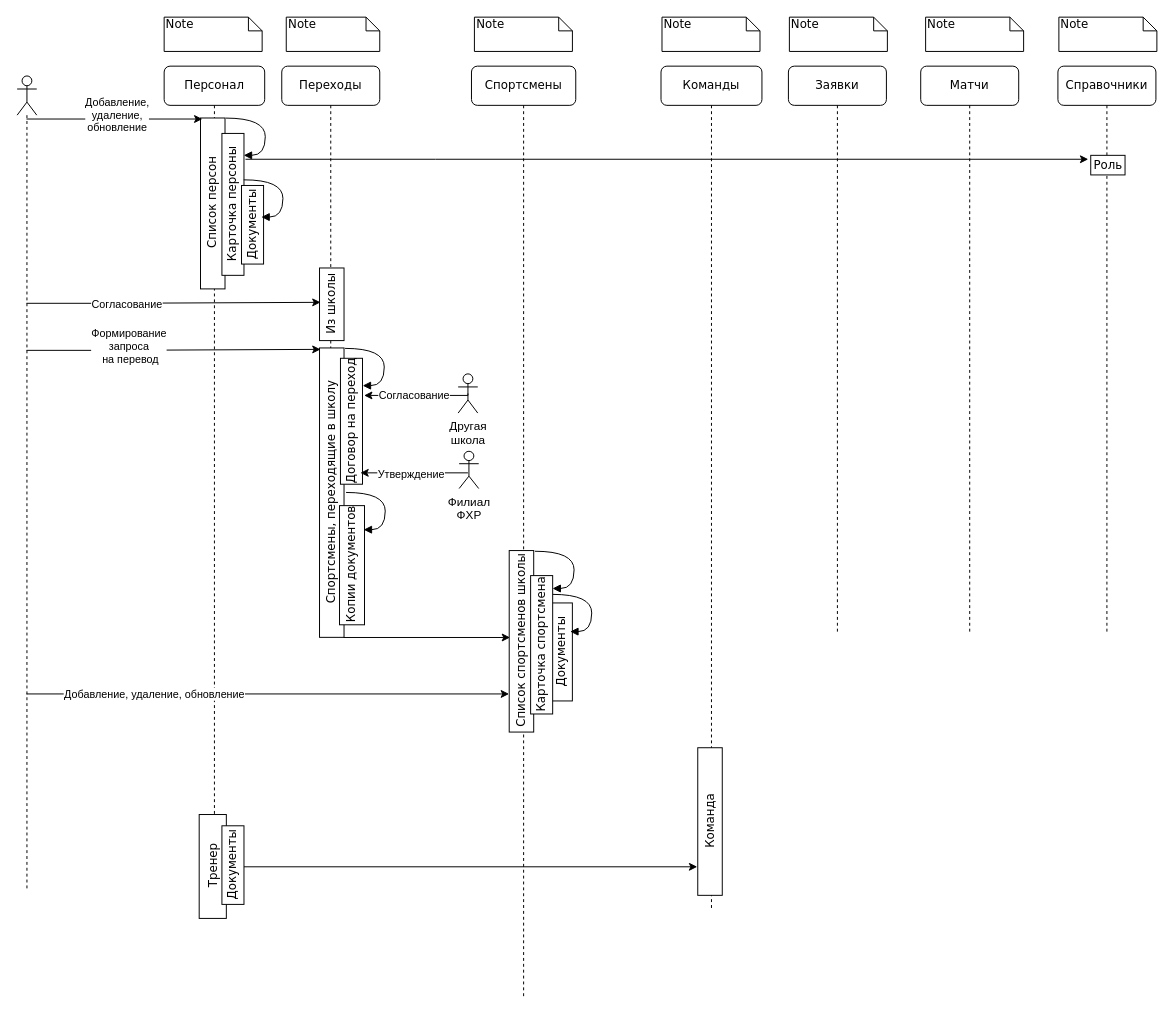
Above: Диаграмма без названия.drawio in OlgaTalipova/FHRT (draw.io), before the change. Source tidied: cells renumbered, new cells numbered last; positions are measured from the earlier drawing's top-left corner, leaving out a move shared by most shapes. Both pictures are drawn from the tidied source at 98%, with x=0, y=0 at pixel (17, 17).
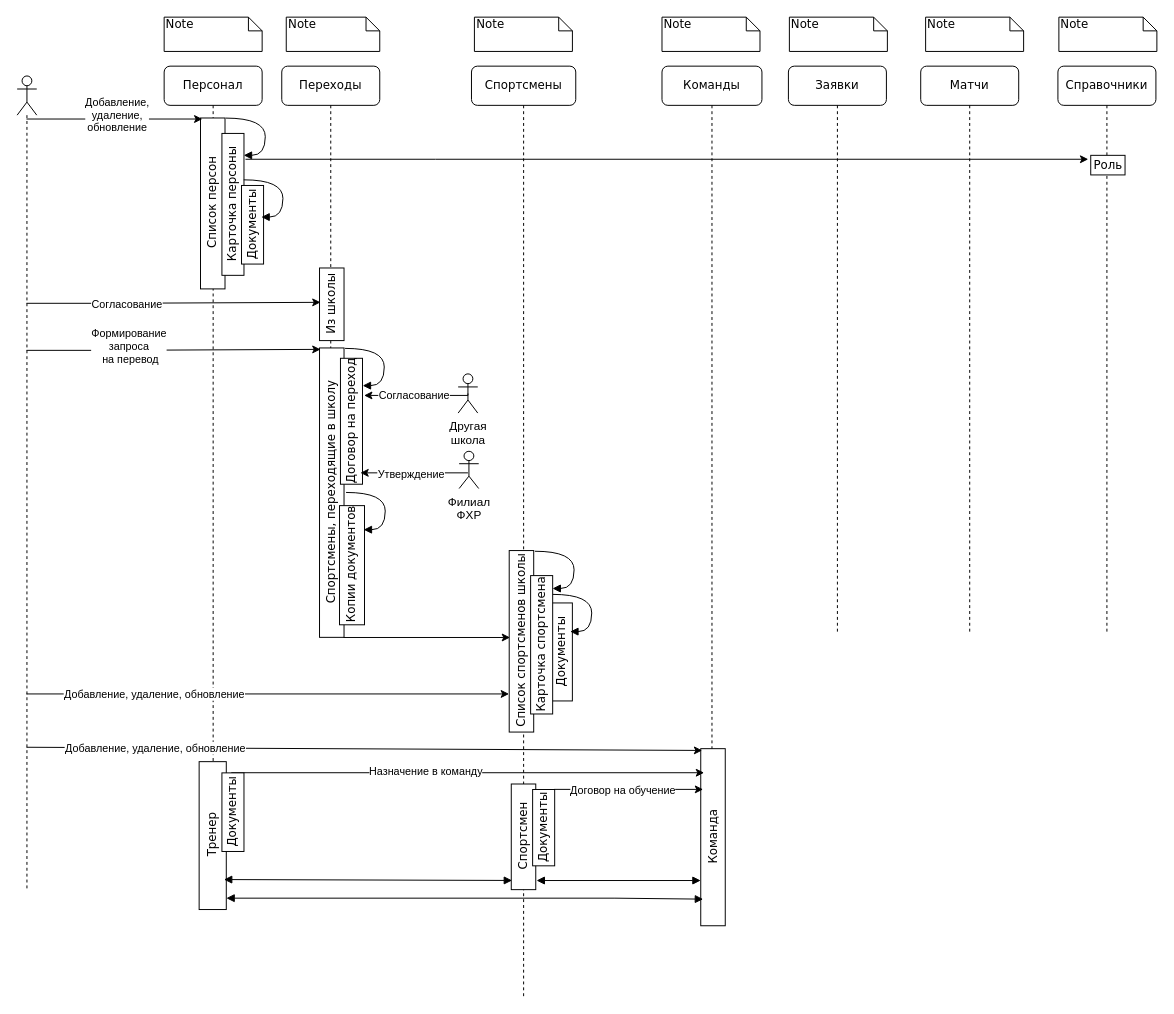
The same page after the edit.

Diff of the diagram source:
```diff
@@
     <mxCell id="2" value="Команды" style="shape=umlLifeline;perimeter=lifelinePerimeter;whiteSpace=wrap;html=1;rounded=1;shadow=0;comic=0;labelBackgroundColor=none;strokeWidth=1;fontFamily=Verdana;fontSize=12;align=center;" parent="1" vertex="1">
-      <mxGeometry x="657" y="50" width="103" height="860" as="geometry" />
+      <mxGeometry x="658" y="50" width="102" height="860" as="geometry" />
     </mxCell>
     <mxCell id="3" value="Команда" style="html=1;points=[];perimeter=orthogonalPerimeter;rounded=0;shadow=0;comic=0;labelBackgroundColor=none;strokeWidth=1;fontFamily=Verdana;fontSize=12;align=center;direction=north;rotation=-90;" parent="2" vertex="1">
-      <mxGeometry x="-25.3" y="758.3" width="150.6" height="25" as="geometry" />
+      <mxGeometry x="-38.3" y="774.3" width="180.7" height="25" as="geometry" />
     </mxCell>
@@
     <mxCell id="7" value="Персонал" style="shape=umlLifeline;perimeter=lifelinePerimeter;whiteSpace=wrap;html=1;rounded=1;shadow=0;comic=0;labelBackgroundColor=none;strokeWidth=1;fontFamily=Verdana;fontSize=12;align=center;" parent="1" vertex="1">
-      <mxGeometry x="150" y="50" width="102.6" height="846.6" as="geometry" />
+      <mxGeometry x="150" y="50" width="100" height="846.6" as="geometry" />
     </mxCell>
@@
     <mxCell id="15" value="Тренер" style="html=1;perimeter=orthogonalPerimeter;rounded=0;shadow=0;comic=0;labelBackgroundColor=none;strokeWidth=1;fontFamily=Verdana;fontSize=12;align=center;rotation=-90;" parent="7" vertex="1">
-      <mxGeometry x="-3.4" y="802.8" width="106" height="27.7" as="geometry" />
+      <mxGeometry x="-25.9" y="771.3" width="150.9" height="27.7" as="geometry" />
     </mxCell>
@@
-    <mxCell id="52" style="endArrow=classic;html=1;rounded=0;" parent="1" edge="1">
+    <mxCell id="52" style="endArrow=classic;html=1;rounded=0;entryX=1.14;entryY=0.038;entryDx=0;entryDy=0;entryPerimeter=0;" parent="1" edge="1">
       <mxGeometry relative="1" as="geometry">
-        <mxPoint x="217.5" y="867" as="sourcePoint" />
-        <mxPoint x="694" y="867" as="targetPoint" />
+        <mxPoint x="218.5" y="771" as="sourcePoint" />
+        <mxPoint x="701" y="771" as="targetPoint" />
       </mxGeometry>
     </mxCell>
+    <mxCell id="54" value="Назначение в команду" style="edgeLabel;html=1;align=center;verticalAlign=middle;" parent="52" vertex="1">
+      <mxGeometry x="-0.18" y="2" relative="1" as="geometry" />
+    </mxCell>
     <mxCell id="53" value="&lt;div style=&quot;direction: ltr;&quot;&gt;&lt;span style=&quot;background-color: initial;&quot;&gt;Документы&lt;/span&gt;&lt;/div&gt;" style="html=1;perimeter=orthogonalPerimeter;rounded=0;shadow=0;comic=0;labelBackgroundColor=none;strokeWidth=1;fontFamily=Verdana;fontSize=12;align=center;direction=west;rotation=-90;" parent="1" vertex="1">
-      <mxGeometry x="180.1" y="854" width="80.2" height="22.5" as="geometry" />
+      <mxGeometry x="180.1" y="800" width="80.2" height="22.5" as="geometry" />
     </mxCell>
+    <mxCell id="55" style="endArrow=classic;html=1;rounded=0;entryX=0.94;entryY=0.99;entryDx=0;entryDy=0;entryPerimeter=0;" parent="1" edge="1" target="3">
+      <mxGeometry relative="1" as="geometry">
+        <mxPoint x="9.5" y="745" as="sourcePoint" />
+      </mxGeometry>
+    </mxCell>
+    <mxCell id="56" value="Добавление, удаление, обновление" style="edgeLabel;html=1;align=center;verticalAlign=middle;" parent="55" vertex="1">
+      <mxGeometry x="-0.5" y="1" relative="1" as="geometry">
+        <mxPoint x="-41" y="1" as="offset" />
+      </mxGeometry>
+    </mxCell>
+    <mxCell id="57" value="&lt;div style=&quot;direction: ltr;&quot;&gt;Спортсмен&lt;/div&gt;" style="html=1;points=[];perimeter=orthogonalPerimeter;rounded=0;shadow=0;comic=0;labelBackgroundColor=none;strokeWidth=1;fontFamily=Verdana;fontSize=12;align=center;direction=west;rotation=-90;" parent="1" vertex="1">
+      <mxGeometry x="462.8" y="823.9" width="107.8" height="25" as="geometry" />
+    </mxCell>
+    <mxCell id="58" value="&lt;div style=&quot;direction: ltr;&quot;&gt;&lt;span style=&quot;background-color: initial;&quot;&gt;Документы&lt;/span&gt;&lt;/div&gt;" style="html=1;perimeter=orthogonalPerimeter;rounded=0;shadow=0;comic=0;labelBackgroundColor=none;strokeWidth=1;fontFamily=Verdana;fontSize=12;align=center;direction=west;rotation=-90;" parent="1" vertex="1">
+      <mxGeometry x="498.3" y="815.8" width="77.9" height="22.5" as="geometry" />
+    </mxCell>
+    <mxCell id="59" style="endArrow=classic;html=1;rounded=0;entryX=0.94;entryY=0.517;entryDx=0;entryDy=0;entryPerimeter=0;exitX=0.242;exitY=-0.2;exitDx=0;exitDy=0;exitPerimeter=0;" parent="1" edge="1">
+      <mxGeometry relative="1" as="geometry">
+        <mxPoint x="548" y="788" as="sourcePoint" />
+        <mxPoint x="700" y="788" as="targetPoint" />
+      </mxGeometry>
+    </mxCell>
+    <mxCell id="60" value="Договор на обучение" style="edgeLabel;html=1;align=center;verticalAlign=middle;" parent="59" vertex="1">
+      <mxGeometry x="-0.09" y="-2" relative="1" as="geometry">
+        <mxPoint y="-2" as="offset" />
+      </mxGeometry>
+    </mxCell>
+    <mxCell id="61" style="endArrow=block;startArrow=block;endFill=1;startFill=1;html=1;rounded=0;" parent="1" edge="1">
+      <mxGeometry relative="1" as="geometry">
+        <mxPoint x="530" y="881" as="sourcePoint" />
+        <mxPoint x="697.5" y="881" as="targetPoint" />
+      </mxGeometry>
+    </mxCell>
+    <mxCell id="62" style="endArrow=block;startArrow=block;endFill=1;startFill=1;html=1;rounded=0;" parent="1" edge="1">
+      <mxGeometry relative="1" as="geometry">
+        <mxPoint x="213.5" y="899" as="sourcePoint" />
+        <mxPoint x="700" y="900" as="targetPoint" />
+        <Array as="points">
+          <mxPoint x="610" y="899" />
+        </Array>
+      </mxGeometry>
+    </mxCell>
+    <mxCell id="63" style="endArrow=block;startArrow=block;endFill=1;startFill=1;html=1;rounded=0;entryX=0.913;entryY=0.966;entryDx=0;entryDy=0;entryPerimeter=0;" parent="1" edge="1" target="57">
+      <mxGeometry relative="1" as="geometry">
+        <mxPoint x="211" y="880" as="sourcePoint" />
+      </mxGeometry>
+    </mxCell>
```
